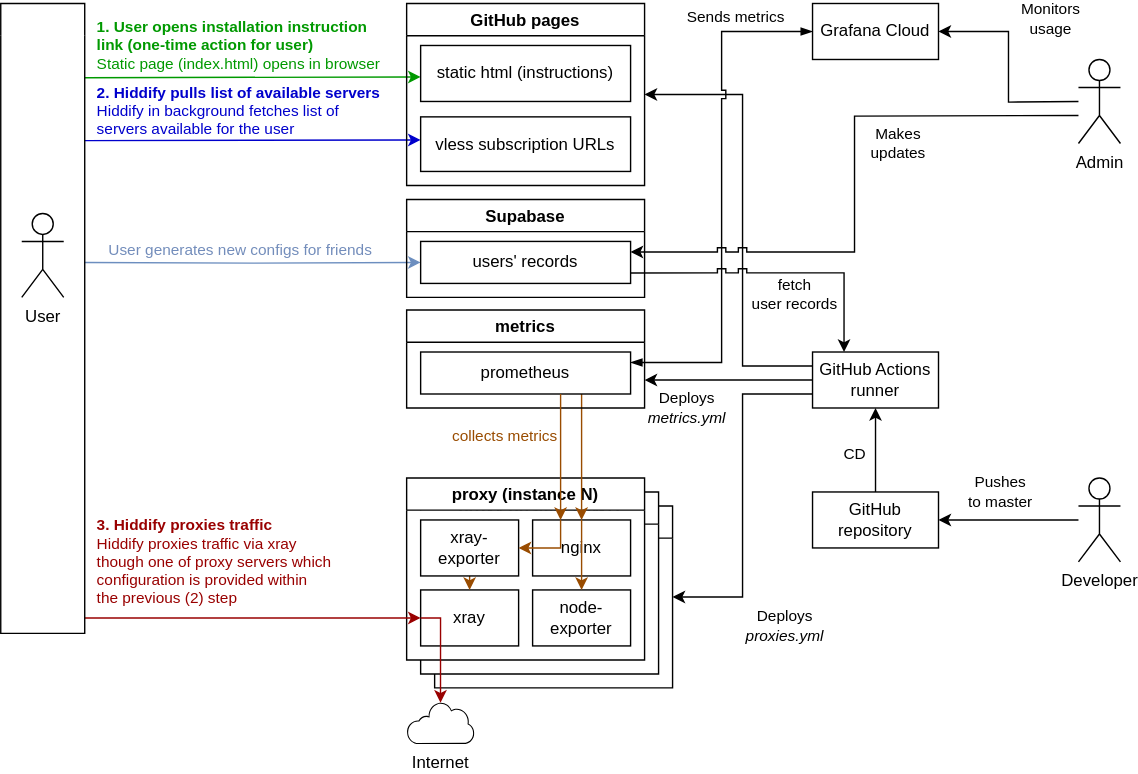
Before: diagram.svg, a diagram exported from draw.io (ed-asriyan/rkn-server-deploy). Source tidied: cells renumbered, new cells last; positions are measured from the earlier drawing's top-left corner, leaving out a move shared by most shapes.
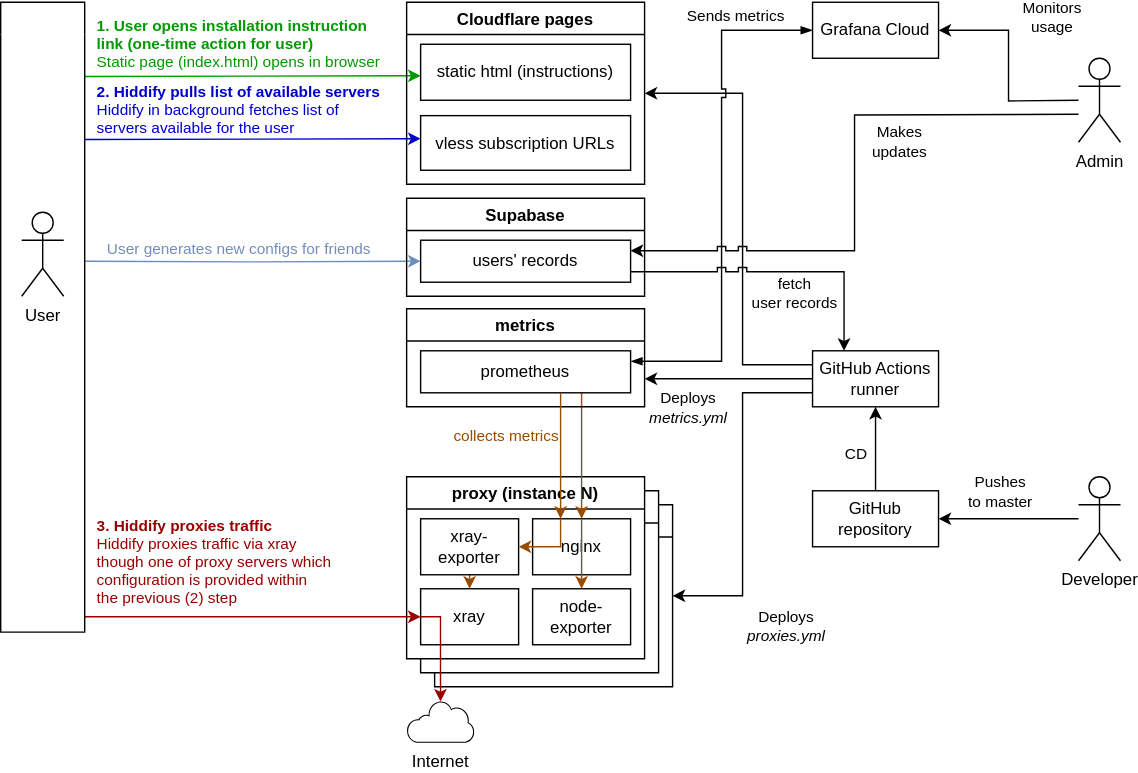
The same diagram one commit later.

What changed in the source:
```diff
@@ -185,7 +185,7 @@
     <mxCell id="45" value="prometheus" style="whiteSpace=wrap;html=1;fillColor=none;labelBackgroundColor=none;" parent="44" vertex="1">
       <mxGeometry x="10" y="30" width="150" height="30" as="geometry" />
     </mxCell>
-    <mxCell id="46" value="GitHub pages" style="swimlane;strokeColor=default;swimlaneLine=1;fillColor=none;labelBackgroundColor=none;" parent="1" vertex="1">
+    <mxCell id="46" value="Cloudflare pages" style="swimlane;strokeColor=default;swimlaneLine=1;fillColor=none;labelBackgroundColor=none;" parent="1" vertex="1">
       <mxGeometry x="290" width="170" height="130" as="geometry" />
     </mxCell>
     <mxCell id="47" value="static html (instructions)" style="whiteSpace=wrap;html=1;fillColor=none;labelBackgroundColor=none;" parent="46" vertex="1">
```
